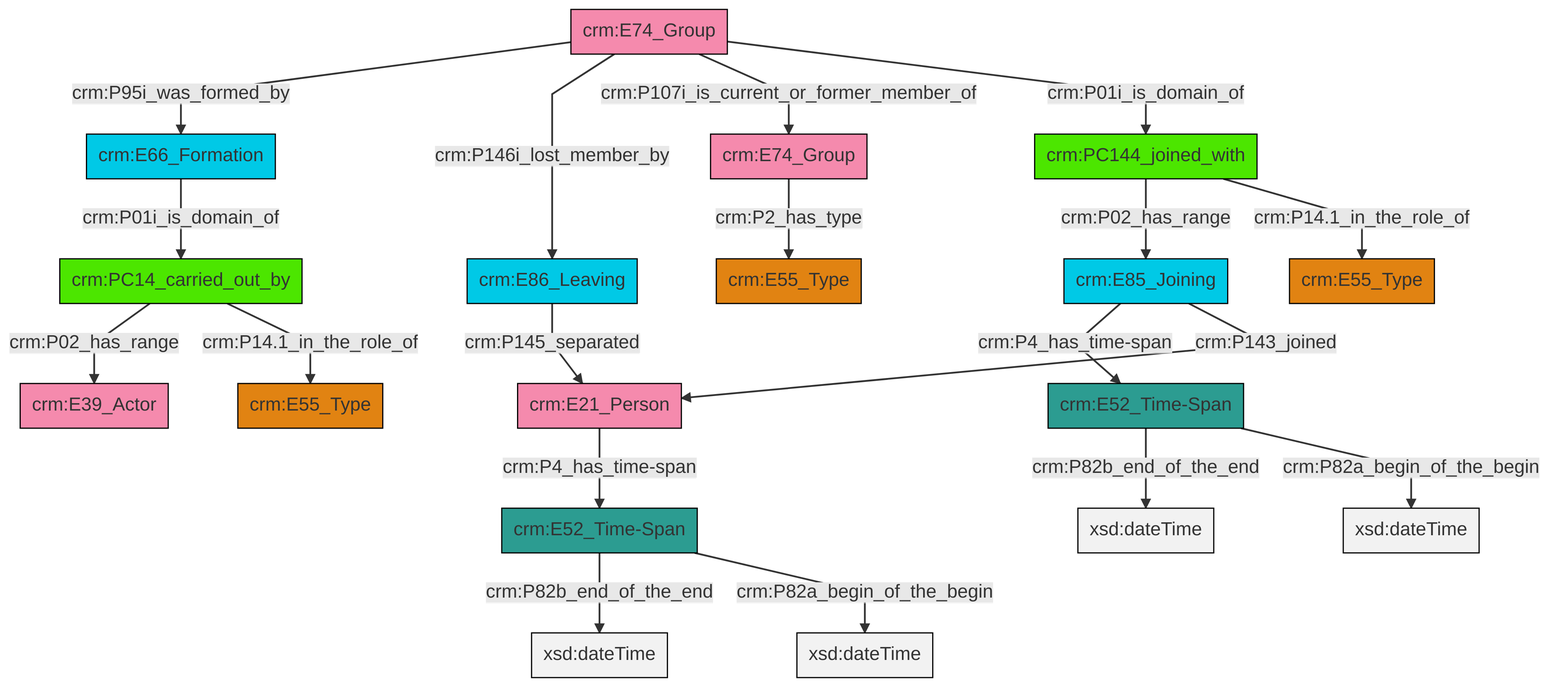
This is et/groupCSV/ttl/mmd/png/group_actor_relations.png from swiss-art-research-net/docs.swissartresearch, a Mermaid export, as it was before one commit. Its source is kept beside it as et/groupCSV/ttl/mmd/group_actor_relations.ttl.mmd.
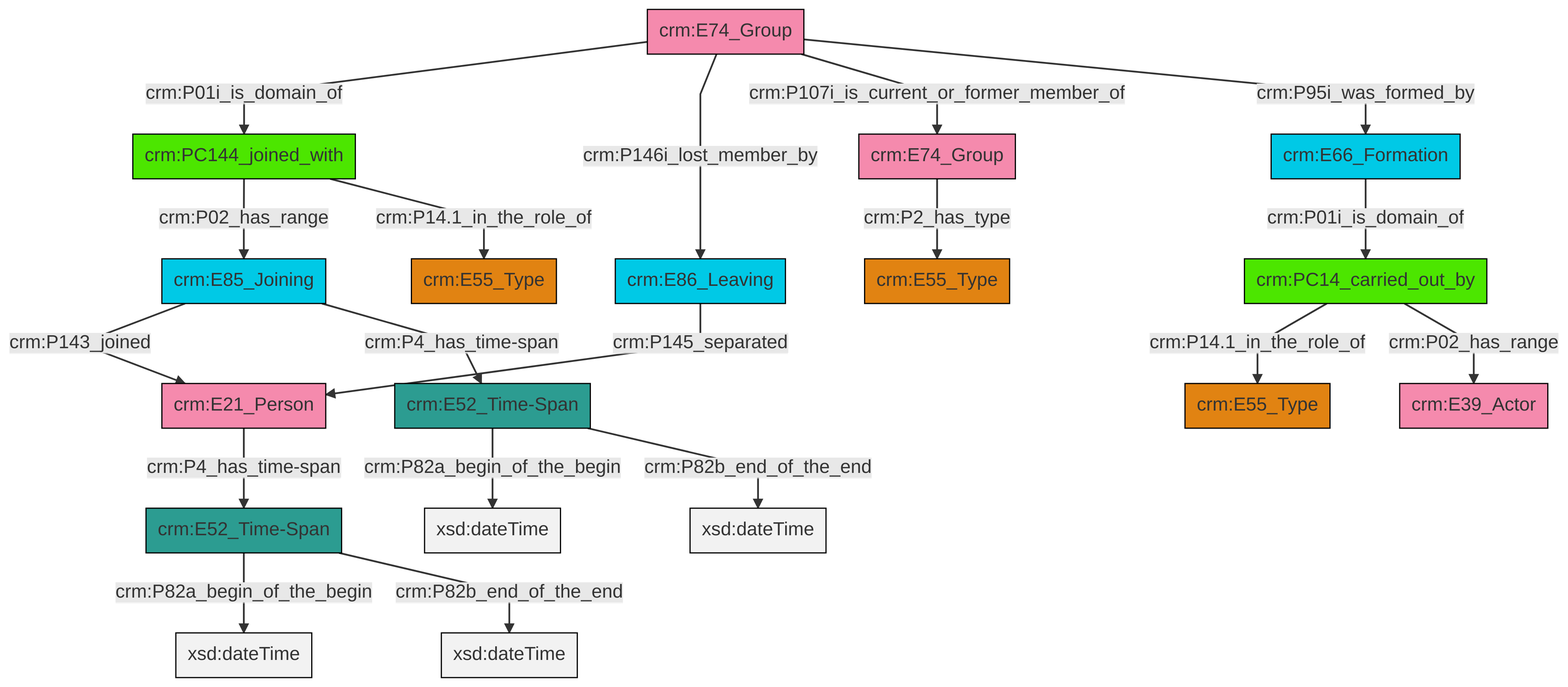
Above is the later version.

The edit, as a diff of the source:
```diff
@@ -13,21 +13,21 @@
 classDef PC_Classes fill:#4ce600, stroke:#000000;
 classDef Multi fill:#cccccc,stroke:#000000;
 
-0["crm:E66_Formation"]:::Temporal_Entity -->|crm:P01i_is_domain_of| 1["crm:PC14_carried_out_by"]:::PC_Classes
-2["crm:E74_Group"]:::Actor -->|crm:P95i_was_formed_by| 0["crm:E66_Formation"]:::Temporal_Entity
-3["crm:PC144_joined_with"]:::PC_Classes -->|crm:P02_has_range| 4["crm:E85_Joining"]:::Temporal_Entity
-1["crm:PC14_carried_out_by"]:::PC_Classes -->|crm:P02_has_range| 5["crm:E39_Actor"]:::Actor
-2["crm:E74_Group"]:::Actor -->|crm:P146i_lost_member_by| 7["crm:E86_Leaving"]:::Temporal_Entity
-12["crm:E52_Time-Span"]:::Time-Span -->|crm:P82b_end_of_the_end| 13[xsd:dateTime]:::Literal
-7["crm:E86_Leaving"]:::Temporal_Entity -->|crm:P145_separated| 16["crm:E21_Person"]:::Actor
-3["crm:PC144_joined_with"]:::PC_Classes -->|crm:P14.1_in_the_role_of| 14["crm:E55_Type"]:::Type
-4["crm:E85_Joining"]:::Temporal_Entity -->|crm:P4_has_time-span| 17["crm:E52_Time-Span"]:::Time-Span
-1["crm:PC14_carried_out_by"]:::PC_Classes -->|crm:P14.1_in_the_role_of| 18["crm:E55_Type"]:::Type
-12["crm:E52_Time-Span"]:::Time-Span -->|crm:P82a_begin_of_the_begin| 19[xsd:dateTime]:::Literal
-17["crm:E52_Time-Span"]:::Time-Span -->|crm:P82b_end_of_the_end| 26[xsd:dateTime]:::Literal
-2["crm:E74_Group"]:::Actor -->|crm:P107i_is_current_or_former_member_of| 10["crm:E74_Group"]:::Actor
-10["crm:E74_Group"]:::Actor -->|crm:P2_has_type| 8["crm:E55_Type"]:::Type
-2["crm:E74_Group"]:::Actor -->|crm:P01i_is_domain_of| 3["crm:PC144_joined_with"]:::PC_Classes
-16["crm:E21_Person"]:::Actor -->|crm:P4_has_time-span| 12["crm:E52_Time-Span"]:::Time-Span
-17["crm:E52_Time-Span"]:::Time-Span -->|crm:P82a_begin_of_the_begin| 30[xsd:dateTime]:::Literal
-4["crm:E85_Joining"]:::Temporal_Entity -->|crm:P143_joined| 16["crm:E21_Person"]:::Actor
+0["crm:E74_Group"]:::Actor -->|crm:P01i_is_domain_of| 1["crm:PC144_joined_with"]:::PC_Classes
+2["crm:E52_Time-Span"]:::Time-Span -->|crm:P82a_begin_of_the_begin| 3[xsd:dateTime]:::Literal
+0["crm:E74_Group"]:::Actor -->|crm:P146i_lost_member_by| 6["crm:E86_Leaving"]:::Temporal_Entity
+11["crm:E85_Joining"]:::Temporal_Entity -->|crm:P143_joined| 12["crm:E21_Person"]:::Actor
+1["crm:PC144_joined_with"]:::PC_Classes -->|crm:P02_has_range| 11["crm:E85_Joining"]:::Temporal_Entity
+11["crm:E85_Joining"]:::Temporal_Entity -->|crm:P4_has_time-span| 19["crm:E52_Time-Span"]:::Time-Span
+6["crm:E86_Leaving"]:::Temporal_Entity -->|crm:P145_separated| 12["crm:E21_Person"]:::Actor
+19["crm:E52_Time-Span"]:::Time-Span -->|crm:P82a_begin_of_the_begin| 22[xsd:dateTime]:::Literal
+24["crm:PC14_carried_out_by"]:::PC_Classes -->|crm:P14.1_in_the_role_of| 4["crm:E55_Type"]:::Type
+12["crm:E21_Person"]:::Actor -->|crm:P4_has_time-span| 2["crm:E52_Time-Span"]:::Time-Span
+19["crm:E52_Time-Span"]:::Time-Span -->|crm:P82b_end_of_the_end| 30[xsd:dateTime]:::Literal
+20["crm:E66_Formation"]:::Temporal_Entity -->|crm:P01i_is_domain_of| 24["crm:PC14_carried_out_by"]:::PC_Classes
+0["crm:E74_Group"]:::Actor -->|crm:P107i_is_current_or_former_member_of| 9["crm:E74_Group"]:::Actor
+0["crm:E74_Group"]:::Actor -->|crm:P95i_was_formed_by| 20["crm:E66_Formation"]:::Temporal_Entity
+24["crm:PC14_carried_out_by"]:::PC_Classes -->|crm:P02_has_range| 27["crm:E39_Actor"]:::Actor
+1["crm:PC144_joined_with"]:::PC_Classes -->|crm:P14.1_in_the_role_of| 16["crm:E55_Type"]:::Type
+9["crm:E74_Group"]:::Actor -->|crm:P2_has_type| 7["crm:E55_Type"]:::Type
+2["crm:E52_Time-Span"]:::Time-Span -->|crm:P82b_end_of_the_end| 34[xsd:dateTime]:::Literal
```
